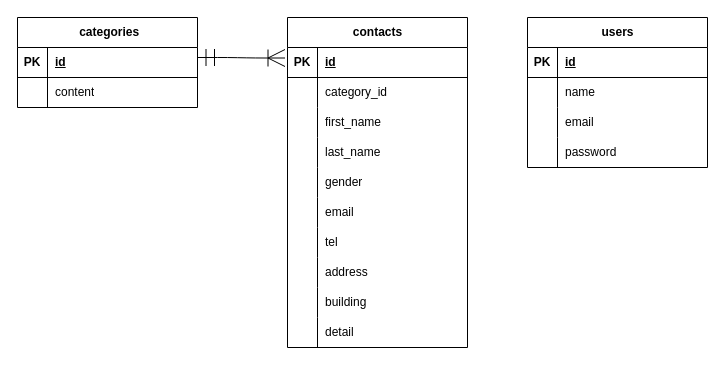
Above: fl-contact-er.drawio in kokoro28k/fl-contact (draw.io), before the change. Source tidied: cells renumbered, new cells numbered last; positions are measured from the earlier drawing's top-left corner, leaving out a move shared by most shapes. Both pictures are drawn from the tidied source at 100%, with x=0, y=0 at pixel (17, 17).
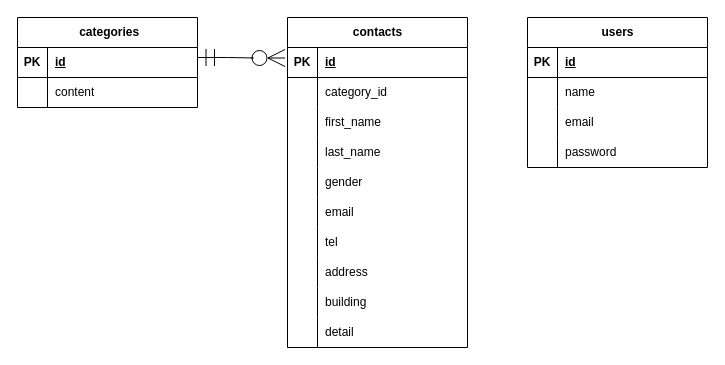
The same diagram, later.

Change to the diagram source:
```diff
@@
-    <mxCell id="53" style="edgeStyle=entityRelationEdgeStyle;fontSize=12;html=1;endArrow=ERoneToMany;startArrow=ERmandOne;entryX=-0.014;entryY=0.017;entryDx=0;entryDy=0;entryPerimeter=0;endSize=15;startSize=15;" parent="1" edge="1">
+    <mxCell id="53" style="edgeStyle=entityRelationEdgeStyle;fontSize=12;html=1;endArrow=ERzeroToMany;startArrow=ERmandOne;entryX=-0.014;entryY=0.017;entryDx=0;entryDy=0;entryPerimeter=0;endSize=15;startSize=15;endFill=0;" parent="1" edge="1">
       <mxGeometry relative="1" as="geometry">
         <mxPoint x="180" y="40" as="sourcePoint" />
         <mxPoint x="267.5" y="40.5" as="targetPoint" />
         <Array as="points">
           <mxPoint x="220" y="40" />
           <mxPoint x="250" y="40" />
         </Array>
       </mxGeometry>
     </mxCell>
```
